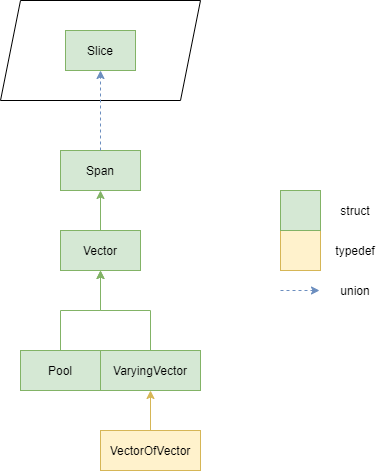
Before: common2 diagram.png, a diagram exported from draw.io (ldalzotto/Common2). Source tidied: cells renumbered, new cells last; positions are measured from the earlier drawing's top-left corner, leaving out a move shared by most shapes. Its diagram source:
```xml
<mxGraphModel>
  <root>
    <mxCell id="0" />
    <mxCell id="1" parent="0" />
    <mxCell id="2" value="Span" style="rounded=0;whiteSpace=wrap;html=1;fillColor=#d5e8d4;strokeColor=#82b366;" parent="1" vertex="1">
      <mxGeometry x="60" y="150" width="80" height="40" as="geometry" />
    </mxCell>
    <mxCell id="3" style="edgeStyle=orthogonalEdgeStyle;rounded=0;jettySize=auto;html=1;fillColor=#d5e8d4;strokeColor=#82b366;" parent="1" edge="1" source="4" target="2">
      <mxGeometry relative="1" as="geometry" />
    </mxCell>
    <mxCell id="4" value="Vector" style="rounded=0;whiteSpace=wrap;html=1;fillColor=#d5e8d4;strokeColor=#82b366;" parent="1" vertex="1">
      <mxGeometry x="60" y="230" width="80" height="40" as="geometry" />
    </mxCell>
    <mxCell id="5" style="edgeStyle=orthogonalEdgeStyle;rounded=0;jettySize=auto;html=1;entryX=0.5;entryY=1;entryDx=0;entryDy=0;fillColor=#d5e8d4;strokeColor=#82b366;" parent="1" edge="1" source="6" target="4">
      <mxGeometry relative="1" as="geometry" />
    </mxCell>
    <mxCell id="6" value="Pool" style="rounded=0;whiteSpace=wrap;html=1;fillColor=#d5e8d4;strokeColor=#82b366;" parent="1" vertex="1">
      <mxGeometry x="20" y="350" width="80" height="40" as="geometry" />
    </mxCell>
    <mxCell id="7" style="edgeStyle=orthogonalEdgeStyle;rounded=0;jettySize=auto;html=1;entryX=0.5;entryY=1;entryDx=0;entryDy=0;fillColor=#d5e8d4;strokeColor=#82b366;" parent="1" edge="1" source="8" target="4">
      <mxGeometry relative="1" as="geometry" />
    </mxCell>
    <mxCell id="8" value="VaryingVector" style="rounded=0;whiteSpace=wrap;html=1;fillColor=#d5e8d4;strokeColor=#82b366;" parent="1" vertex="1">
      <mxGeometry x="100" y="350" width="100" height="40" as="geometry" />
    </mxCell>
    <mxCell id="9" style="group;" parent="1" vertex="1">
      <mxGeometry width="200" height="100" as="geometry" />
    </mxCell>
    <mxCell id="10" style="shape=parallelogram;perimeter=parallelogramPerimeter;whiteSpace=wrap;html=1;fixedSize=1;" parent="9" vertex="1">
      <mxGeometry width="200" height="100" as="geometry" />
    </mxCell>
    <mxCell id="11" value="Slice" style="rounded=0;whiteSpace=wrap;html=1;fillColor=#d5e8d4;strokeColor=#82b366;" parent="9" vertex="1">
      <mxGeometry x="65" y="30" width="70" height="40" as="geometry" />
    </mxCell>
    <mxCell id="12" style="edgeStyle=orthogonalEdgeStyle;rounded=0;jettySize=auto;html=1;entryX=0.5;entryY=1;entryDx=0;entryDy=0;fillColor=#fff2cc;strokeColor=#d6b656;" parent="1" edge="1" source="13" target="8">
      <mxGeometry relative="1" as="geometry" />
    </mxCell>
    <mxCell id="13" value="VectorOfVector" style="rounded=0;whiteSpace=wrap;html=1;fillColor=#fff2cc;strokeColor=#d6b656;" parent="1" vertex="1">
      <mxGeometry x="100" y="430" width="100" height="40" as="geometry" />
    </mxCell>
    <mxCell id="14" style="rounded=0;whiteSpace=wrap;html=1;fillColor=#fff2cc;strokeColor=#d6b656;" parent="1" vertex="1">
      <mxGeometry x="280" y="230" width="40" height="40" as="geometry" />
    </mxCell>
    <mxCell id="15" style="rounded=0;whiteSpace=wrap;html=1;fillColor=#d5e8d4;strokeColor=#82b366;" parent="1" vertex="1">
      <mxGeometry x="280" y="190" width="40" height="40" as="geometry" />
    </mxCell>
    <mxCell id="16" value="struct" style="text;html=1;strokeColor=none;fillColor=none;align=center;verticalAlign=middle;whiteSpace=wrap;rounded=0;" parent="1" vertex="1">
      <mxGeometry x="335" y="200" width="40" height="20" as="geometry" />
    </mxCell>
    <mxCell id="17" value="typedef" style="text;html=1;strokeColor=none;fillColor=none;align=center;verticalAlign=middle;whiteSpace=wrap;rounded=0;" parent="1" vertex="1">
      <mxGeometry x="335" y="240" width="40" height="20" as="geometry" />
    </mxCell>
    <mxCell id="18" style="edgeStyle=orthogonalEdgeStyle;rounded=0;jettySize=auto;html=1;dashed=1;fillColor=#dae8fc;strokeColor=#6c8ebf;" parent="1" edge="1" source="2" target="11">
      <mxGeometry relative="1" as="geometry" />
    </mxCell>
    <mxCell id="19" style="edgeStyle=orthogonalEdgeStyle;rounded=0;orthogonalLoop=1;jettySize=auto;html=1;dashed=1;fillColor=#dae8fc;strokeColor=#6c8ebf;" parent="1" edge="1">
      <mxGeometry relative="1" as="geometry">
        <mxPoint x="280" y="290" as="sourcePoint" />
        <mxPoint x="319" y="290" as="targetPoint" />
      </mxGeometry>
    </mxCell>
    <mxCell id="20" value="union" style="text;html=1;strokeColor=none;fillColor=none;align=center;verticalAlign=middle;whiteSpace=wrap;rounded=0;" parent="1" vertex="1">
      <mxGeometry x="335" y="280" width="40" height="20" as="geometry" />
    </mxCell>
  </root>
</mxGraphModel>
```
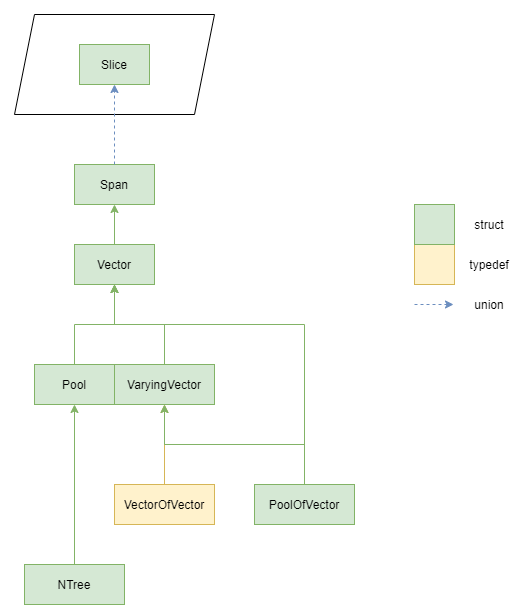
The same file after the commit.

Change to the diagram source:
```diff
@@ -36,31 +36,56 @@
       <mxGeometry relative="1" as="geometry" />
     </mxCell>
     <mxCell id="13" value="VectorOfVector" style="rounded=0;whiteSpace=wrap;html=1;fillColor=#fff2cc;strokeColor=#d6b656;" parent="1" vertex="1">
-      <mxGeometry x="100" y="430" width="100" height="40" as="geometry" />
+      <mxGeometry x="100" y="470" width="100" height="40" as="geometry" />
     </mxCell>
     <mxCell id="14" style="rounded=0;whiteSpace=wrap;html=1;fillColor=#fff2cc;strokeColor=#d6b656;" parent="1" vertex="1">
-      <mxGeometry x="280" y="230" width="40" height="40" as="geometry" />
+      <mxGeometry x="400" y="230" width="40" height="40" as="geometry" />
     </mxCell>
     <mxCell id="15" style="rounded=0;whiteSpace=wrap;html=1;fillColor=#d5e8d4;strokeColor=#82b366;" parent="1" vertex="1">
-      <mxGeometry x="280" y="190" width="40" height="40" as="geometry" />
+      <mxGeometry x="400" y="190" width="40" height="40" as="geometry" />
     </mxCell>
     <mxCell id="16" value="struct" style="text;html=1;strokeColor=none;fillColor=none;align=center;verticalAlign=middle;whiteSpace=wrap;rounded=0;" parent="1" vertex="1">
-      <mxGeometry x="335" y="200" width="40" height="20" as="geometry" />
+      <mxGeometry x="455" y="200" width="40" height="20" as="geometry" />
     </mxCell>
     <mxCell id="17" value="typedef" style="text;html=1;strokeColor=none;fillColor=none;align=center;verticalAlign=middle;whiteSpace=wrap;rounded=0;" parent="1" vertex="1">
-      <mxGeometry x="335" y="240" width="40" height="20" as="geometry" />
+      <mxGeometry x="455" y="240" width="40" height="20" as="geometry" />
     </mxCell>
     <mxCell id="18" style="edgeStyle=orthogonalEdgeStyle;rounded=0;jettySize=auto;html=1;dashed=1;fillColor=#dae8fc;strokeColor=#6c8ebf;" parent="1" edge="1" source="2" target="11">
       <mxGeometry relative="1" as="geometry" />
     </mxCell>
     <mxCell id="19" style="edgeStyle=orthogonalEdgeStyle;rounded=0;orthogonalLoop=1;jettySize=auto;html=1;dashed=1;fillColor=#dae8fc;strokeColor=#6c8ebf;" parent="1" edge="1">
       <mxGeometry relative="1" as="geometry">
-        <mxPoint x="280" y="290" as="sourcePoint" />
-        <mxPoint x="319" y="290" as="targetPoint" />
+        <mxPoint x="400" y="290" as="sourcePoint" />
+        <mxPoint x="439" y="290" as="targetPoint" />
       </mxGeometry>
     </mxCell>
     <mxCell id="20" value="union" style="text;html=1;strokeColor=none;fillColor=none;align=center;verticalAlign=middle;whiteSpace=wrap;rounded=0;" parent="1" vertex="1">
-      <mxGeometry x="335" y="280" width="40" height="20" as="geometry" />
+      <mxGeometry x="455" y="280" width="40" height="20" as="geometry" />
     </mxCell>
+    <mxCell id="21" style="edgeStyle=orthogonalEdgeStyle;rounded=0;jettySize=auto;html=1;entryX=0.5;entryY=1;entryDx=0;entryDy=0;fillColor=#d5e8d4;strokeColor=#82b366;" parent="1" edge="1" source="23" target="8">
+      <mxGeometry relative="1" as="geometry">
+        <Array as="points">
+          <mxPoint x="290" y="430" />
+          <mxPoint x="150" y="430" />
+        </Array>
+      </mxGeometry>
+    </mxCell>
+    <mxCell id="22" style="edgeStyle=orthogonalEdgeStyle;rounded=0;jettySize=auto;html=1;entryX=0.5;entryY=1;entryDx=0;entryDy=0;fillColor=#d5e8d4;strokeColor=#82b366;" parent="1" edge="1" source="23" target="4">
+      <mxGeometry relative="1" as="geometry">
+        <Array as="points">
+          <mxPoint x="290" y="310" />
+          <mxPoint x="100" y="310" />
+        </Array>
+      </mxGeometry>
+    </mxCell>
+    <mxCell id="23" value="PoolOfVector" style="rounded=0;whiteSpace=wrap;html=1;fillColor=#d5e8d4;strokeColor=#82b366;" parent="1" vertex="1">
+      <mxGeometry x="240" y="470" width="100" height="40" as="geometry" />
+    </mxCell>
+    <mxCell id="24" style="edgeStyle=orthogonalEdgeStyle;rounded=0;jettySize=auto;html=1;entryX=0.5;entryY=1;entryDx=0;entryDy=0;fillColor=#d5e8d4;strokeColor=#82b366;" parent="1" edge="1" source="25" target="6">
+      <mxGeometry relative="1" as="geometry" />
+    </mxCell>
+    <mxCell id="25" value="NTree" style="rounded=0;whiteSpace=wrap;html=1;fillColor=#d5e8d4;strokeColor=#82b366;" parent="1" vertex="1">
+      <mxGeometry x="10" y="550" width="100" height="40" as="geometry" />
+    </mxCell>
   </root>
 </mxGraphModel>
```
